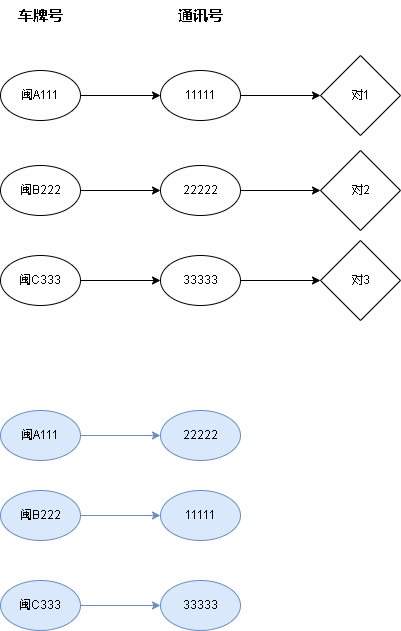
xktder/draw keeps this draw.io diagram as 车辆加载.drawio.png. Above is the earlier version. Source tidied: cells renumbered, new cells last; positions are measured from the earlier drawing's top-left corner, leaving out a move shared by most shapes. Its diagram source:
```xml
<mxGraphModel>
  <root>
    <mxCell id="0" />
    <mxCell id="1" parent="0" />
    <mxCell id="2" style="edgeStyle=orthogonalEdgeStyle;rounded=0;jettySize=auto;html=1;" parent="1" edge="1" source="3" target="5">
      <mxGeometry relative="1" as="geometry" />
    </mxCell>
    <mxCell id="3" value="闽A111" style="ellipse;whiteSpace=wrap;html=1;" parent="1" vertex="1">
      <mxGeometry y="70" width="80" height="50" as="geometry" />
    </mxCell>
    <mxCell id="4" style="edgeStyle=orthogonalEdgeStyle;rounded=0;jettySize=auto;html=1;fontSize=15;" parent="1" edge="1" source="5" target="25">
      <mxGeometry relative="1" as="geometry" />
    </mxCell>
    <mxCell id="5" value="11111" style="ellipse;whiteSpace=wrap;html=1;" parent="1" vertex="1">
      <mxGeometry x="160" y="70" width="80" height="50" as="geometry" />
    </mxCell>
    <mxCell id="6" style="edgeStyle=orthogonalEdgeStyle;rounded=0;jettySize=auto;html=1;" parent="1" edge="1" source="7" target="9">
      <mxGeometry relative="1" as="geometry" />
    </mxCell>
    <mxCell id="7" value="闽B222" style="ellipse;whiteSpace=wrap;html=1;" parent="1" vertex="1">
      <mxGeometry y="165" width="80" height="50" as="geometry" />
    </mxCell>
    <mxCell id="8" style="edgeStyle=orthogonalEdgeStyle;rounded=0;jettySize=auto;html=1;fontSize=15;" parent="1" edge="1" source="9" target="26">
      <mxGeometry relative="1" as="geometry" />
    </mxCell>
    <mxCell id="9" value="22222" style="ellipse;whiteSpace=wrap;html=1;" parent="1" vertex="1">
      <mxGeometry x="160" y="165" width="80" height="50" as="geometry" />
    </mxCell>
    <mxCell id="10" style="edgeStyle=orthogonalEdgeStyle;rounded=0;jettySize=auto;html=1;" parent="1" edge="1" source="11" target="13">
      <mxGeometry relative="1" as="geometry" />
    </mxCell>
    <mxCell id="11" value="闽C333" style="ellipse;whiteSpace=wrap;html=1;" parent="1" vertex="1">
      <mxGeometry y="255" width="80" height="50" as="geometry" />
    </mxCell>
    <mxCell id="12" style="edgeStyle=orthogonalEdgeStyle;rounded=0;jettySize=auto;html=1;fontSize=15;" parent="1" edge="1" source="13" target="27">
      <mxGeometry relative="1" as="geometry" />
    </mxCell>
    <mxCell id="13" value="33333" style="ellipse;whiteSpace=wrap;html=1;" parent="1" vertex="1">
      <mxGeometry x="160" y="255" width="80" height="50" as="geometry" />
    </mxCell>
    <mxCell id="14" value="车牌号" style="text;html=1;strokeColor=none;fillColor=none;align=center;verticalAlign=middle;whiteSpace=wrap;rounded=0;fontStyle=1;fontSize=15;" parent="1" vertex="1">
      <mxGeometry x="10" width="60" height="30" as="geometry" />
    </mxCell>
    <mxCell id="15" value="通讯号" style="text;html=1;strokeColor=none;fillColor=none;align=center;verticalAlign=middle;whiteSpace=wrap;rounded=0;fontStyle=1;fontSize=15;" parent="1" vertex="1">
      <mxGeometry x="170" width="60" height="30" as="geometry" />
    </mxCell>
    <mxCell id="16" style="edgeStyle=orthogonalEdgeStyle;rounded=0;jettySize=auto;html=1;fillColor=#dae8fc;strokeColor=#6c8ebf;" parent="1" edge="1" source="17" target="18">
      <mxGeometry relative="1" as="geometry" />
    </mxCell>
    <mxCell id="17" value="闽A111" style="ellipse;whiteSpace=wrap;html=1;fillColor=#dae8fc;strokeColor=#6c8ebf;" parent="1" vertex="1">
      <mxGeometry y="410" width="80" height="50" as="geometry" />
    </mxCell>
    <mxCell id="18" value="22222" style="ellipse;whiteSpace=wrap;html=1;fillColor=#dae8fc;strokeColor=#6c8ebf;" parent="1" vertex="1">
      <mxGeometry x="160" y="410" width="80" height="50" as="geometry" />
    </mxCell>
    <mxCell id="19" style="edgeStyle=orthogonalEdgeStyle;rounded=0;jettySize=auto;html=1;fillColor=#dae8fc;strokeColor=#6c8ebf;" parent="1" edge="1" source="20" target="21">
      <mxGeometry relative="1" as="geometry" />
    </mxCell>
    <mxCell id="20" value="闽B222" style="ellipse;whiteSpace=wrap;html=1;fillColor=#dae8fc;strokeColor=#6c8ebf;" parent="1" vertex="1">
      <mxGeometry y="490" width="80" height="50" as="geometry" />
    </mxCell>
    <mxCell id="21" value="11111" style="ellipse;whiteSpace=wrap;html=1;fillColor=#dae8fc;strokeColor=#6c8ebf;" parent="1" vertex="1">
      <mxGeometry x="160" y="490" width="80" height="50" as="geometry" />
    </mxCell>
    <mxCell id="22" style="edgeStyle=orthogonalEdgeStyle;rounded=0;jettySize=auto;html=1;fillColor=#dae8fc;strokeColor=#6c8ebf;" parent="1" edge="1" source="23" target="24">
      <mxGeometry relative="1" as="geometry" />
    </mxCell>
    <mxCell id="23" value="闽C333" style="ellipse;whiteSpace=wrap;html=1;fillColor=#dae8fc;strokeColor=#6c8ebf;" parent="1" vertex="1">
      <mxGeometry y="580" width="80" height="50" as="geometry" />
    </mxCell>
    <mxCell id="24" value="33333" style="ellipse;whiteSpace=wrap;html=1;fillColor=#dae8fc;strokeColor=#6c8ebf;" parent="1" vertex="1">
      <mxGeometry x="160" y="580" width="80" height="50" as="geometry" />
    </mxCell>
    <mxCell id="25" value="对1" style="rhombus;whiteSpace=wrap;html=1;" parent="1" vertex="1">
      <mxGeometry x="320" y="55" width="80" height="80" as="geometry" />
    </mxCell>
    <mxCell id="26" value="对2" style="rhombus;whiteSpace=wrap;html=1;" parent="1" vertex="1">
      <mxGeometry x="320" y="150" width="80" height="80" as="geometry" />
    </mxCell>
    <mxCell id="27" value="对3" style="rhombus;whiteSpace=wrap;html=1;" parent="1" vertex="1">
      <mxGeometry x="320" y="240" width="80" height="80" as="geometry" />
    </mxCell>
  </root>
</mxGraphModel>
```
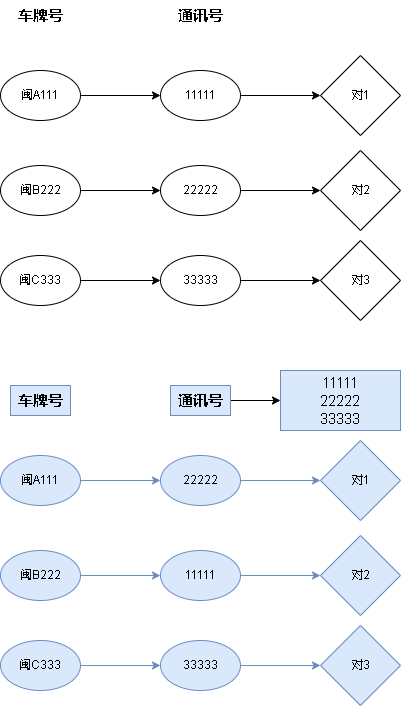
Above is the later version.

Commit message:
更新车辆加载.drawio.png

What changed in the source:
```diff
@@ -44,41 +44,71 @@
     <mxCell id="15" value="通讯号" style="text;html=1;strokeColor=none;fillColor=none;align=center;verticalAlign=middle;whiteSpace=wrap;rounded=0;fontStyle=1;fontSize=15;" parent="1" vertex="1">
       <mxGeometry x="170" width="60" height="30" as="geometry" />
     </mxCell>
+    <mxCell id="25" value="对1" style="rhombus;whiteSpace=wrap;html=1;" parent="1" vertex="1">
+      <mxGeometry x="320" y="55" width="80" height="80" as="geometry" />
+    </mxCell>
+    <mxCell id="26" value="对2" style="rhombus;whiteSpace=wrap;html=1;" parent="1" vertex="1">
+      <mxGeometry x="320" y="150" width="80" height="80" as="geometry" />
+    </mxCell>
+    <mxCell id="27" value="对3" style="rhombus;whiteSpace=wrap;html=1;" parent="1" vertex="1">
+      <mxGeometry x="320" y="240" width="80" height="80" as="geometry" />
+    </mxCell>
     <mxCell id="16" style="edgeStyle=orthogonalEdgeStyle;rounded=0;jettySize=auto;html=1;fillColor=#dae8fc;strokeColor=#6c8ebf;" parent="1" edge="1" source="17" target="18">
       <mxGeometry relative="1" as="geometry" />
     </mxCell>
     <mxCell id="17" value="闽A111" style="ellipse;whiteSpace=wrap;html=1;fillColor=#dae8fc;strokeColor=#6c8ebf;" parent="1" vertex="1">
-      <mxGeometry y="410" width="80" height="50" as="geometry" />
+      <mxGeometry y="455" width="80" height="50" as="geometry" />
     </mxCell>
+    <mxCell id="28" style="edgeStyle=orthogonalEdgeStyle;rounded=0;jettySize=auto;html=1;fontSize=15;fillColor=#dae8fc;strokeColor=#6c8ebf;" parent="1" edge="1" source="18" target="34">
+      <mxGeometry relative="1" as="geometry" />
+    </mxCell>
     <mxCell id="18" value="22222" style="ellipse;whiteSpace=wrap;html=1;fillColor=#dae8fc;strokeColor=#6c8ebf;" parent="1" vertex="1">
-      <mxGeometry x="160" y="410" width="80" height="50" as="geometry" />
+      <mxGeometry x="160" y="455" width="80" height="50" as="geometry" />
     </mxCell>
     <mxCell id="19" style="edgeStyle=orthogonalEdgeStyle;rounded=0;jettySize=auto;html=1;fillColor=#dae8fc;strokeColor=#6c8ebf;" parent="1" edge="1" source="20" target="21">
       <mxGeometry relative="1" as="geometry" />
     </mxCell>
     <mxCell id="20" value="闽B222" style="ellipse;whiteSpace=wrap;html=1;fillColor=#dae8fc;strokeColor=#6c8ebf;" parent="1" vertex="1">
-      <mxGeometry y="490" width="80" height="50" as="geometry" />
+      <mxGeometry y="550" width="80" height="50" as="geometry" />
     </mxCell>
+    <mxCell id="29" style="edgeStyle=orthogonalEdgeStyle;rounded=0;jettySize=auto;html=1;fontSize=15;fillColor=#dae8fc;strokeColor=#6c8ebf;" parent="1" edge="1" source="21" target="35">
+      <mxGeometry relative="1" as="geometry" />
+    </mxCell>
     <mxCell id="21" value="11111" style="ellipse;whiteSpace=wrap;html=1;fillColor=#dae8fc;strokeColor=#6c8ebf;" parent="1" vertex="1">
-      <mxGeometry x="160" y="490" width="80" height="50" as="geometry" />
+      <mxGeometry x="160" y="550" width="80" height="50" as="geometry" />
     </mxCell>
     <mxCell id="22" style="edgeStyle=orthogonalEdgeStyle;rounded=0;jettySize=auto;html=1;fillColor=#dae8fc;strokeColor=#6c8ebf;" parent="1" edge="1" source="23" target="24">
       <mxGeometry relative="1" as="geometry" />
     </mxCell>
     <mxCell id="23" value="闽C333" style="ellipse;whiteSpace=wrap;html=1;fillColor=#dae8fc;strokeColor=#6c8ebf;" parent="1" vertex="1">
-      <mxGeometry y="580" width="80" height="50" as="geometry" />
+      <mxGeometry y="640" width="80" height="50" as="geometry" />
     </mxCell>
+    <mxCell id="30" style="edgeStyle=orthogonalEdgeStyle;rounded=0;jettySize=auto;html=1;fontSize=15;fillColor=#dae8fc;strokeColor=#6c8ebf;" parent="1" edge="1" source="24" target="36">
+      <mxGeometry relative="1" as="geometry" />
+    </mxCell>
     <mxCell id="24" value="33333" style="ellipse;whiteSpace=wrap;html=1;fillColor=#dae8fc;strokeColor=#6c8ebf;" parent="1" vertex="1">
-      <mxGeometry x="160" y="580" width="80" height="50" as="geometry" />
+      <mxGeometry x="160" y="640" width="80" height="50" as="geometry" />
     </mxCell>
-    <mxCell id="25" value="对1" style="rhombus;whiteSpace=wrap;html=1;" parent="1" vertex="1">
-      <mxGeometry x="320" y="55" width="80" height="80" as="geometry" />
-    </mxCell>
-    <mxCell id="26" value="对2" style="rhombus;whiteSpace=wrap;html=1;" parent="1" vertex="1">
-      <mxGeometry x="320" y="150" width="80" height="80" as="geometry" />
-    </mxCell>
-    <mxCell id="27" value="对3" style="rhombus;whiteSpace=wrap;html=1;" parent="1" vertex="1">
-      <mxGeometry x="320" y="240" width="80" height="80" as="geometry" />
-    </mxCell>
+    <mxCell id="31" value="车牌号" style="text;html=1;strokeColor=#6c8ebf;fillColor=#dae8fc;align=center;verticalAlign=middle;whiteSpace=wrap;rounded=0;fontStyle=1;fontSize=15;" parent="1" vertex="1">
+      <mxGeometry x="10" y="385" width="60" height="30" as="geometry" />
+    </mxCell>
+    <mxCell id="32" style="edgeStyle=orthogonalEdgeStyle;rounded=0;jettySize=auto;html=1;fontSize=15;" parent="1" edge="1" source="33" target="37">
+      <mxGeometry relative="1" as="geometry" />
+    </mxCell>
+    <mxCell id="33" value="通讯号" style="text;html=1;strokeColor=#6c8ebf;fillColor=#dae8fc;align=center;verticalAlign=middle;whiteSpace=wrap;rounded=0;fontStyle=1;fontSize=15;" parent="1" vertex="1">
+      <mxGeometry x="170" y="385" width="60" height="30" as="geometry" />
+    </mxCell>
+    <mxCell id="34" value="对1" style="rhombus;whiteSpace=wrap;html=1;fillColor=#dae8fc;strokeColor=#6c8ebf;" parent="1" vertex="1">
+      <mxGeometry x="320" y="440" width="80" height="80" as="geometry" />
+    </mxCell>
+    <mxCell id="35" value="对2" style="rhombus;whiteSpace=wrap;html=1;fillColor=#dae8fc;strokeColor=#6c8ebf;" parent="1" vertex="1">
+      <mxGeometry x="320" y="535" width="80" height="80" as="geometry" />
+    </mxCell>
+    <mxCell id="36" value="对3" style="rhombus;whiteSpace=wrap;html=1;fillColor=#dae8fc;strokeColor=#6c8ebf;" parent="1" vertex="1">
+      <mxGeometry x="320" y="625" width="80" height="80" as="geometry" />
+    </mxCell>
+    <mxCell id="37" value="&lt;span style=&quot;font-weight: normal;&quot;&gt;11111&lt;br&gt;22222&lt;br&gt;33333&lt;/span&gt;" style="whiteSpace=wrap;html=1;fontSize=15;fillColor=#dae8fc;strokeColor=#6c8ebf;gradientColor=none;rounded=0;fontStyle=1;" parent="1" vertex="1">
+      <mxGeometry x="280" y="370" width="120" height="60" as="geometry" />
+    </mxCell>
   </root>
 </mxGraphModel>
```
